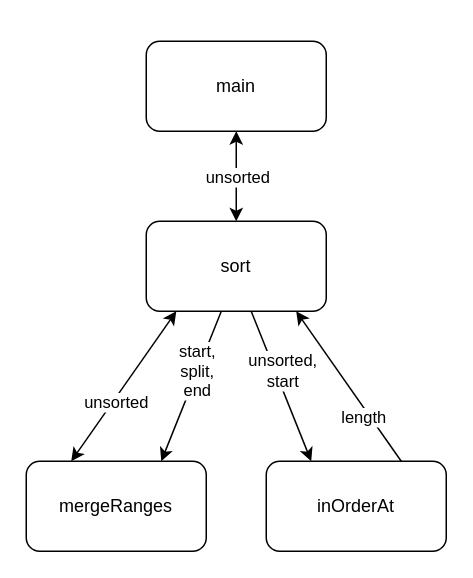
Above: structure.drawio in RetroDev256/w07_lab (draw.io), before the change. Source tidied: cells renumbered, new cells numbered last; positions are measured from the earlier drawing's top-left corner, leaving out a move shared by most shapes. Both pictures are drawn from the tidied source at 150%, with x=0, y=0 at pixel (26, 40).
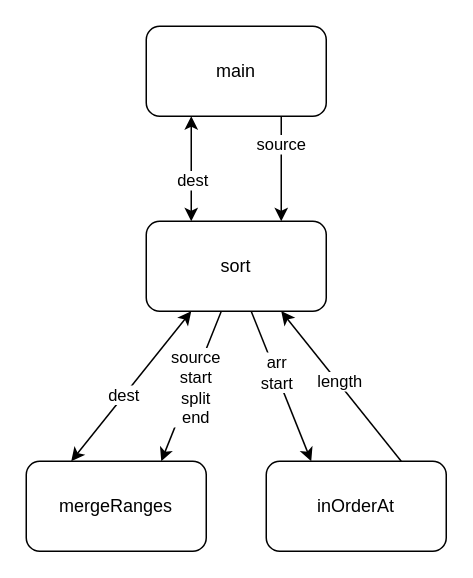
After the change.

Change to the diagram source:
```diff
@@
 <mxGraphModel>
   <root>
     <mxCell id="0" />
     <mxCell id="1" parent="0" />
     <mxCell id="2" value="main" style="rounded=1;whiteSpace=wrap;html=1;" parent="1" vertex="1">
-      <mxGeometry x="80" width="120" height="60" as="geometry" />
+      <mxGeometry x="80" y="-10" width="120" height="60" as="geometry" />
     </mxCell>
     <mxCell id="3" value="sort" style="rounded=1;whiteSpace=wrap;html=1;" parent="1" vertex="1">
       <mxGeometry x="80" y="120" width="120" height="60" as="geometry" />
     </mxCell>
+    <mxCell id="5" value="mergeRanges" style="rounded=1;whiteSpace=wrap;html=1;" parent="1" vertex="1">
+      <mxGeometry y="280" width="120" height="60" as="geometry" />
+    </mxCell>
     <mxCell id="4" value="inOrderAt" style="rounded=1;whiteSpace=wrap;html=1;" parent="1" vertex="1">
       <mxGeometry x="160" y="280" width="120" height="60" as="geometry" />
     </mxCell>
-    <mxCell id="5" value="mergeRanges" style="rounded=1;whiteSpace=wrap;html=1;" parent="1" vertex="1">
-      <mxGeometry y="280" width="120" height="60" as="geometry" />
-    </mxCell>
+    <mxCell id="16" style="endArrow=classic;html=1;rounded=0;exitX=0.75;exitY=1;exitDx=0;exitDy=0;entryX=0.75;entryY=0;entryDx=0;entryDy=0;" parent="1" edge="1" source="2" target="3">
+      <mxGeometry relative="1" as="geometry" />
+    </mxCell>
+    <mxCell id="17" value="source" style="edgeLabel;html=1;align=center;verticalAlign=middle;" parent="16" vertex="1">
+      <mxGeometry x="-0.48" y="-1" relative="1" as="geometry" />
+    </mxCell>
+    <mxCell id="18" style="endArrow=classic;html=1;rounded=0;exitX=0.417;exitY=1;exitDx=0;exitDy=0;entryX=0.75;entryY=0;entryDx=0;entryDy=0;exitPerimeter=0;" parent="1" edge="1" source="3" target="5">
+      <mxGeometry relative="1" as="geometry" />
+    </mxCell>
+    <mxCell id="19" value="source&lt;br&gt;start&lt;br&gt;split&lt;br&gt;end" style="edgeLabel;html=1;align=center;verticalAlign=middle;" parent="18" vertex="1">
+      <mxGeometry x="-0.43" y="-2" relative="1" as="geometry">
+        <mxPoint x="-4" y="22" as="offset" />
+      </mxGeometry>
+    </mxCell>
-    <mxCell id="6" style="endArrow=classic;html=1;rounded=0;entryX=0.25;entryY=0;entryDx=0;entryDy=0;exitX=0.583;exitY=1;exitDx=0;exitDy=0;exitPerimeter=0;" parent="1" edge="1" source="3" target="4">
+    <mxCell id="6" style="endArrow=classic;html=1;rounded=0;exitX=0.583;exitY=1;exitDx=0;exitDy=0;entryX=0.25;entryY=0;entryDx=0;entryDy=0;exitPerimeter=0;" parent="1" edge="1" source="3" target="4">
       <mxGeometry relative="1" as="geometry" />
     </mxCell>
-    <mxCell id="7" value="unsorted,&lt;div&gt;start&lt;/div&gt;" style="edgeLabel;html=1;align=center;verticalAlign=middle;" parent="6" vertex="1">
-      <mxGeometry x="-0.23" y="-1" relative="1" as="geometry">
-        <mxPoint x="6" y="1" as="offset" />
-      </mxGeometry>
-    </mxCell>
+    <mxCell id="20" value="arr&lt;br&gt;start" style="edgeLabel;html=1;align=center;verticalAlign=middle;" parent="6" vertex="1">
+      <mxGeometry x="-0.42" y="-1" relative="1" as="geometry">
+        <mxPoint x="6" y="11" as="offset" />
+      </mxGeometry>
+    </mxCell>
-    <mxCell id="8" style="endArrow=classic;html=1;rounded=0;exitX=0.75;exitY=0;exitDx=0;exitDy=0;entryX=0.833;entryY=1;entryDx=0;entryDy=0;entryPerimeter=0;" parent="1" edge="1" source="4" target="3">
+    <mxCell id="8" style="endArrow=classic;html=1;rounded=0;exitX=0.75;exitY=0;exitDx=0;exitDy=0;entryX=0.75;entryY=1;entryDx=0;entryDy=0;" parent="1" edge="1" source="4" target="3">
       <mxGeometry relative="1" as="geometry" />
     </mxCell>
     <mxCell id="9" value="length" style="edgeLabel;html=1;align=center;verticalAlign=middle;" parent="8" vertex="1">
-      <mxGeometry x="0.02" y="1" relative="1" as="geometry">
-        <mxPoint x="11" y="21" as="offset" />
-      </mxGeometry>
+      <mxGeometry x="0.06" y="-1" relative="1" as="geometry" />
     </mxCell>
-    <mxCell id="10" style="endArrow=classic;html=1;rounded=0;entryX=0.75;entryY=0;entryDx=0;entryDy=0;exitX=0.417;exitY=1;exitDx=0;exitDy=0;exitPerimeter=0;" parent="1" edge="1" source="3" target="5">
-      <mxGeometry relative="1" as="geometry" />
-    </mxCell>
-    <mxCell id="11" value="start,&lt;br&gt;split,&lt;br&gt;end" style="edgeLabel;html=1;align=center;verticalAlign=middle;" parent="10" vertex="1">
-      <mxGeometry x="-0.1" relative="1" as="geometry">
-        <mxPoint x="1" y="-5" as="offset" />
-      </mxGeometry>
-    </mxCell>
-    <mxCell id="12" style="endArrow=classic;startArrow=classic;html=1;rounded=0;exitX=0.5;exitY=1;exitDx=0;exitDy=0;entryX=0.5;entryY=0;entryDx=0;entryDy=0;" parent="1" edge="1" source="2" target="3">
-      <mxGeometry relative="1" as="geometry" />
-    </mxCell>
-    <mxCell id="13" value="unsorted" style="edgeLabel;html=1;align=center;verticalAlign=middle;" parent="12" vertex="1">
-      <mxGeometry x="-0.01" relative="1" as="geometry" />
-    </mxCell>
-    <mxCell id="14" style="endArrow=classic;startArrow=classic;html=1;rounded=0;entryX=0.25;entryY=0;entryDx=0;entryDy=0;exitX=0.167;exitY=1;exitDx=0;exitDy=0;exitPerimeter=0;" parent="1" edge="1" source="3" target="5">
-      <mxGeometry relative="1" as="geometry" />
-    </mxCell>
-    <mxCell id="15" value="unsorted" style="edgeLabel;html=1;align=center;verticalAlign=middle;" parent="14" vertex="1">
-      <mxGeometry x="-0.02" y="-1" relative="1" as="geometry">
-        <mxPoint x="-5" y="12" as="offset" />
-      </mxGeometry>
-    </mxCell>
+    <mxCell id="21" style="endArrow=classic;startArrow=classic;html=1;rounded=0;exitX=0.25;exitY=1;exitDx=0;exitDy=0;entryX=0.25;entryY=0;entryDx=0;entryDy=0;" parent="1" edge="1" source="2" target="3">
+      <mxGeometry relative="1" as="geometry" />
+    </mxCell>
+    <mxCell id="22" value="dest" style="edgeLabel;html=1;align=center;verticalAlign=middle;" parent="21" vertex="1">
+      <mxGeometry x="0.2" relative="1" as="geometry" />
+    </mxCell>
+    <mxCell id="23" style="endArrow=classic;startArrow=classic;html=1;rounded=0;exitX=0.25;exitY=0;exitDx=0;exitDy=0;entryX=0.25;entryY=1;entryDx=0;entryDy=0;" parent="1" edge="1" source="5" target="3">
+      <mxGeometry relative="1" as="geometry" />
+    </mxCell>
+    <mxCell id="24" value="dest" style="edgeLabel;html=1;align=center;verticalAlign=middle;" parent="23" vertex="1">
+      <mxGeometry x="-0.12" y="1" relative="1" as="geometry" />
+    </mxCell>
   </root>
 </mxGraphModel>
```
